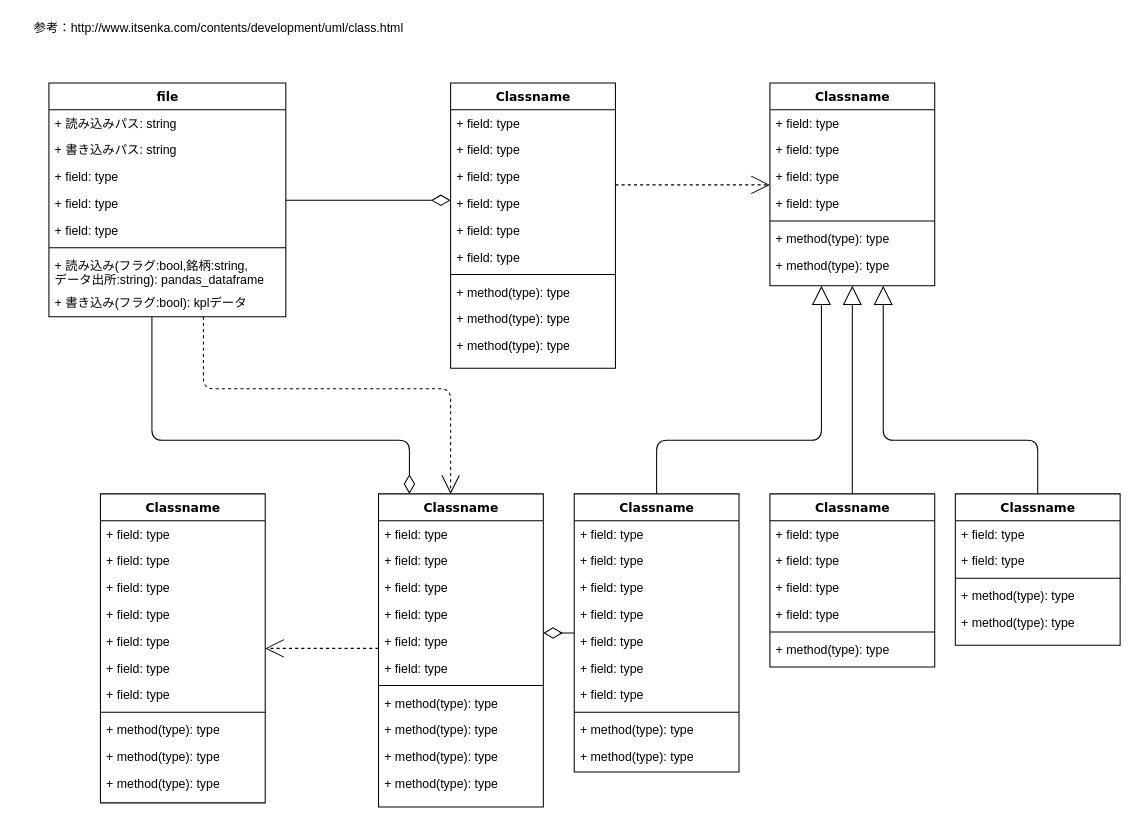
The draw.io diagram stockchart.drawio in Uyaya/intro_git, before the edit. Source tidied: cells renumbered, new cells numbered last; positions are measured from the earlier drawing's top-left corner, leaving out a move shared by most shapes. Both pictures are drawn from the tidied source at 103%, with x=0, y=0 at pixel (18, 18).
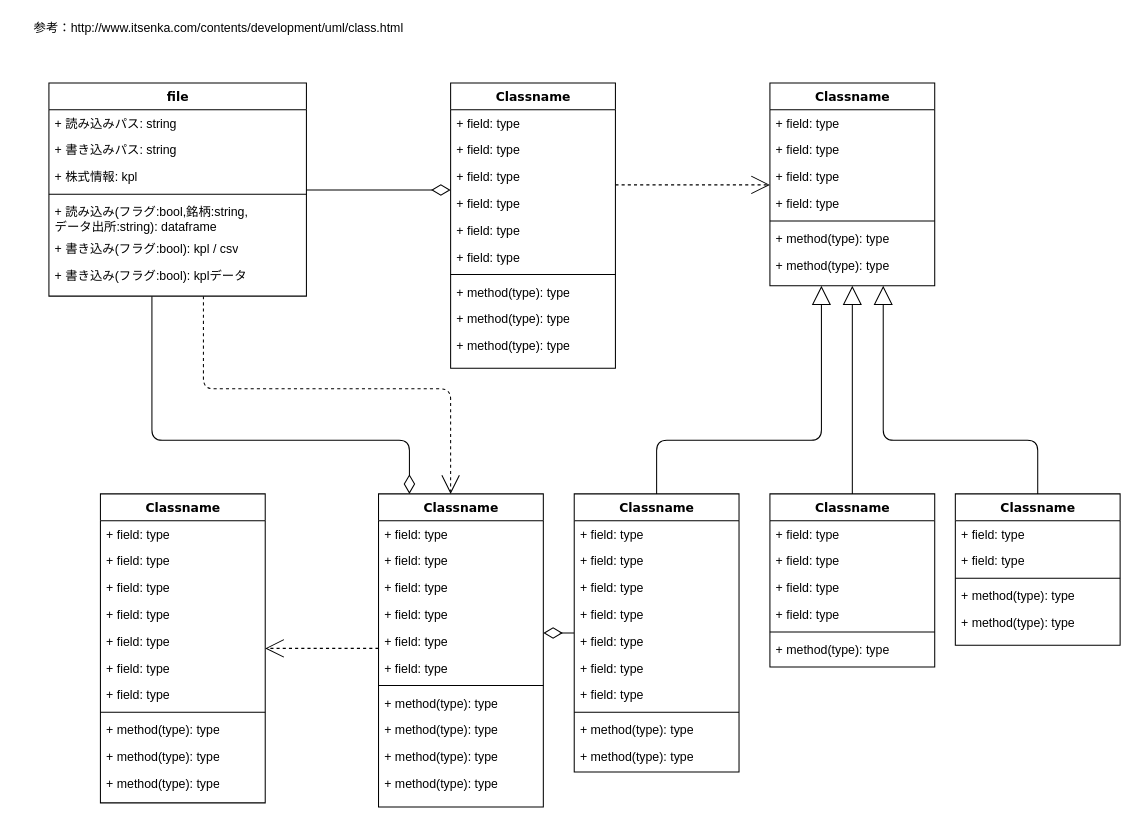
The same page after the edit.

Change to the diagram source:
```diff
@@
     <mxCell id="4" value="file" style="swimlane;html=1;fontStyle=1;align=center;verticalAlign=top;horizontal=1;startSize=26;swimlaneFillColor=#ffffff;rounded=0;shadow=0;comic=0;labelBackgroundColor=none;strokeWidth=1;fillColor=none;fontFamily=Verdana;fontSize=12;" parent="1" vertex="1">
-      <mxGeometry x="30" y="63" width="230" height="227" as="geometry" />
+      <mxGeometry x="30" y="63" width="250" height="207" as="geometry" />
     </mxCell>
     <mxCell id="5" value="+ 読み込みパス: string" style="text;html=1;strokeColor=none;fillColor=none;align=left;verticalAlign=top;spacingLeft=4;spacingRight=4;whiteSpace=wrap;overflow=hidden;" parent="4" vertex="1">
-      <mxGeometry y="26" width="230" height="26" as="geometry" />
+      <mxGeometry y="26" width="250" height="26" as="geometry" />
     </mxCell>
     <mxCell id="6" value="+ 書き込みパス: string" style="text;html=1;strokeColor=none;fillColor=none;align=left;verticalAlign=top;spacingLeft=4;spacingRight=4;whiteSpace=wrap;overflow=hidden;" parent="4" vertex="1">
-      <mxGeometry y="52" width="230" height="26" as="geometry" />
+      <mxGeometry y="52" width="250" height="26" as="geometry" />
     </mxCell>
-    <mxCell id="7" value="+ field: type" style="text;html=1;strokeColor=none;fillColor=none;align=left;verticalAlign=top;spacingLeft=4;spacingRight=4;whiteSpace=wrap;overflow=hidden;" parent="4" vertex="1">
-      <mxGeometry y="78" width="230" height="26" as="geometry" />
-    </mxCell>
-    <mxCell id="8" value="+ field: type" style="text;html=1;strokeColor=none;fillColor=none;align=left;verticalAlign=top;spacingLeft=4;spacingRight=4;whiteSpace=wrap;overflow=hidden;" parent="4" vertex="1">
-      <mxGeometry y="104" width="230" height="26" as="geometry" />
+    <mxCell id="8" value="+ 株式情報: kpl" style="text;html=1;strokeColor=none;fillColor=none;align=left;verticalAlign=top;spacingLeft=4;spacingRight=4;whiteSpace=wrap;overflow=hidden;" parent="4" vertex="1">
+      <mxGeometry y="78" width="250" height="26" as="geometry" />
     </mxCell>
-    <mxCell id="9" value="+ field: type" style="text;html=1;strokeColor=none;fillColor=none;align=left;verticalAlign=top;spacingLeft=4;spacingRight=4;whiteSpace=wrap;overflow=hidden;" parent="4" vertex="1">
-      <mxGeometry y="130" width="230" height="26" as="geometry" />
-    </mxCell>
     <mxCell id="10" style="line;html=1;strokeWidth=1;fillColor=none;align=left;verticalAlign=middle;spacingTop=-1;spacingLeft=3;spacingRight=3;labelPosition=right;" parent="4" vertex="1">
-      <mxGeometry y="156" width="230" height="8" as="geometry" />
+      <mxGeometry y="104" width="250" height="8" as="geometry" />
     </mxCell>
-    <mxCell id="11" value="+ 読み込み(フラグ:bool,銘柄:string,&lt;br&gt;データ出所:string): pandas_dataframe" style="text;html=1;strokeColor=none;fillColor=none;align=left;verticalAlign=top;spacingLeft=4;spacingRight=4;whiteSpace=wrap;overflow=hidden;" parent="4" vertex="1">
-      <mxGeometry y="164" width="230" height="36" as="geometry" />
+    <mxCell id="11" value="+ 読み込み(フラグ:bool,銘柄:string,&lt;br&gt;データ出所:string): dataframe" style="text;html=1;strokeColor=none;fillColor=none;align=left;verticalAlign=top;spacingLeft=4;spacingRight=4;whiteSpace=wrap;overflow=hidden;" parent="4" vertex="1">
+      <mxGeometry y="112" width="250" height="36" as="geometry" />
     </mxCell>
-    <mxCell id="12" value="+ 書き込み(フラグ:bool): kplデータ" style="text;html=1;strokeColor=none;fillColor=none;align=left;verticalAlign=top;spacingLeft=4;spacingRight=4;whiteSpace=wrap;overflow=hidden;" parent="4" vertex="1">
-      <mxGeometry y="200" width="230" height="26" as="geometry" />
+    <mxCell id="12" value="+ 書き込み(フラグ:bool): kpl / csv" style="text;html=1;strokeColor=none;fillColor=none;align=left;verticalAlign=top;spacingLeft=4;spacingRight=4;whiteSpace=wrap;overflow=hidden;" parent="4" vertex="1">
+      <mxGeometry y="148" width="250" height="26" as="geometry" />
     </mxCell>
+    <mxCell id="88" value="+ 書き込み(フラグ:bool): kplデータ" style="text;html=1;strokeColor=none;fillColor=none;align=left;verticalAlign=top;spacingLeft=4;spacingRight=4;whiteSpace=wrap;overflow=hidden;" parent="4" vertex="1">
+      <mxGeometry y="174" width="250" height="26" as="geometry" />
+    </mxCell>
```
